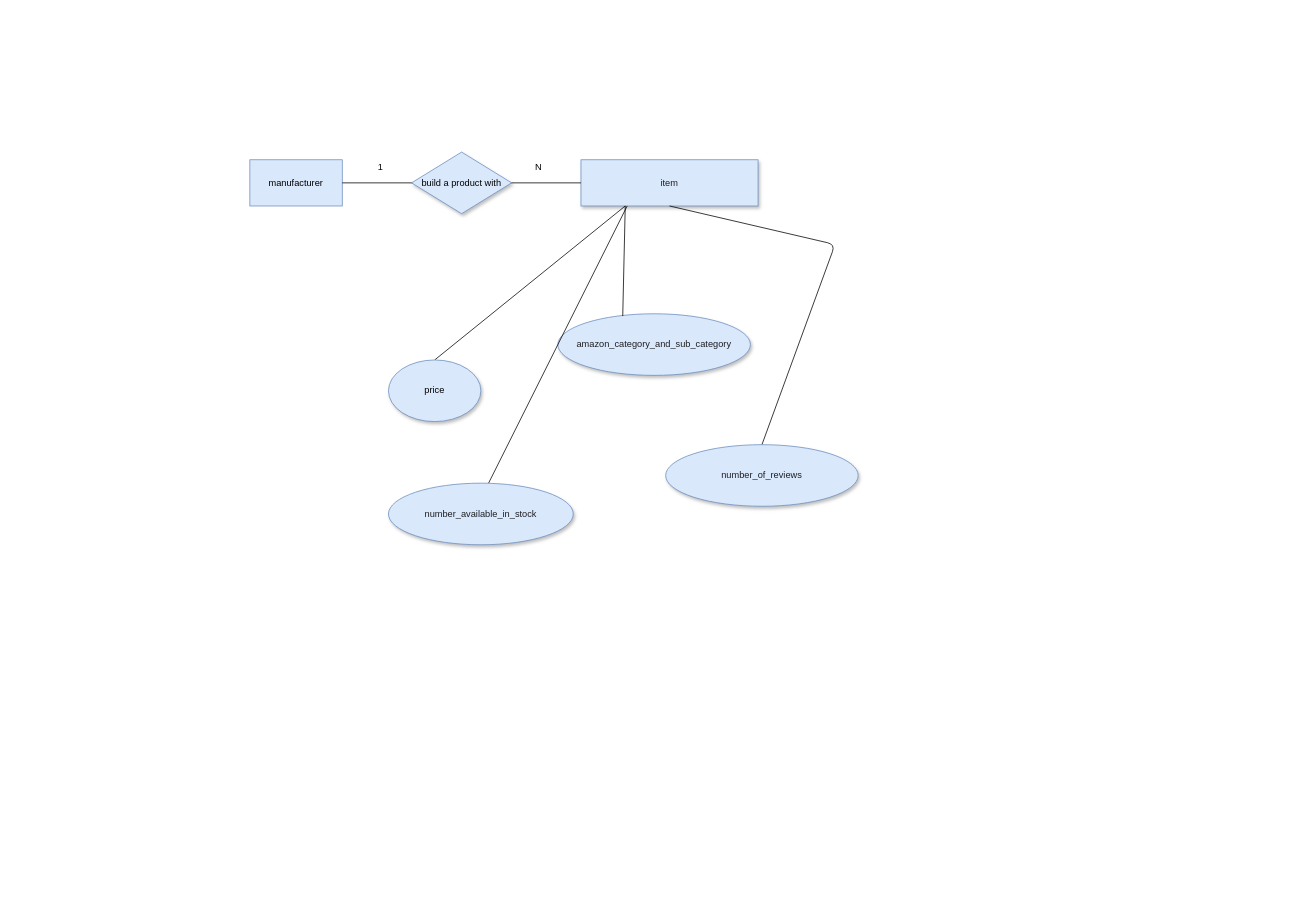
This is Untitled Diagram.drawio from aefrt/database-theory, a draw.io file, before an edit. Source tidied: cells renumbered, new cells numbered last; positions are measured from the earlier drawing's top-left corner, leaving out a move shared by most shapes. Both pictures are drawn from the tidied source at 77%, with x=0, y=0 at pixel (249, 152).
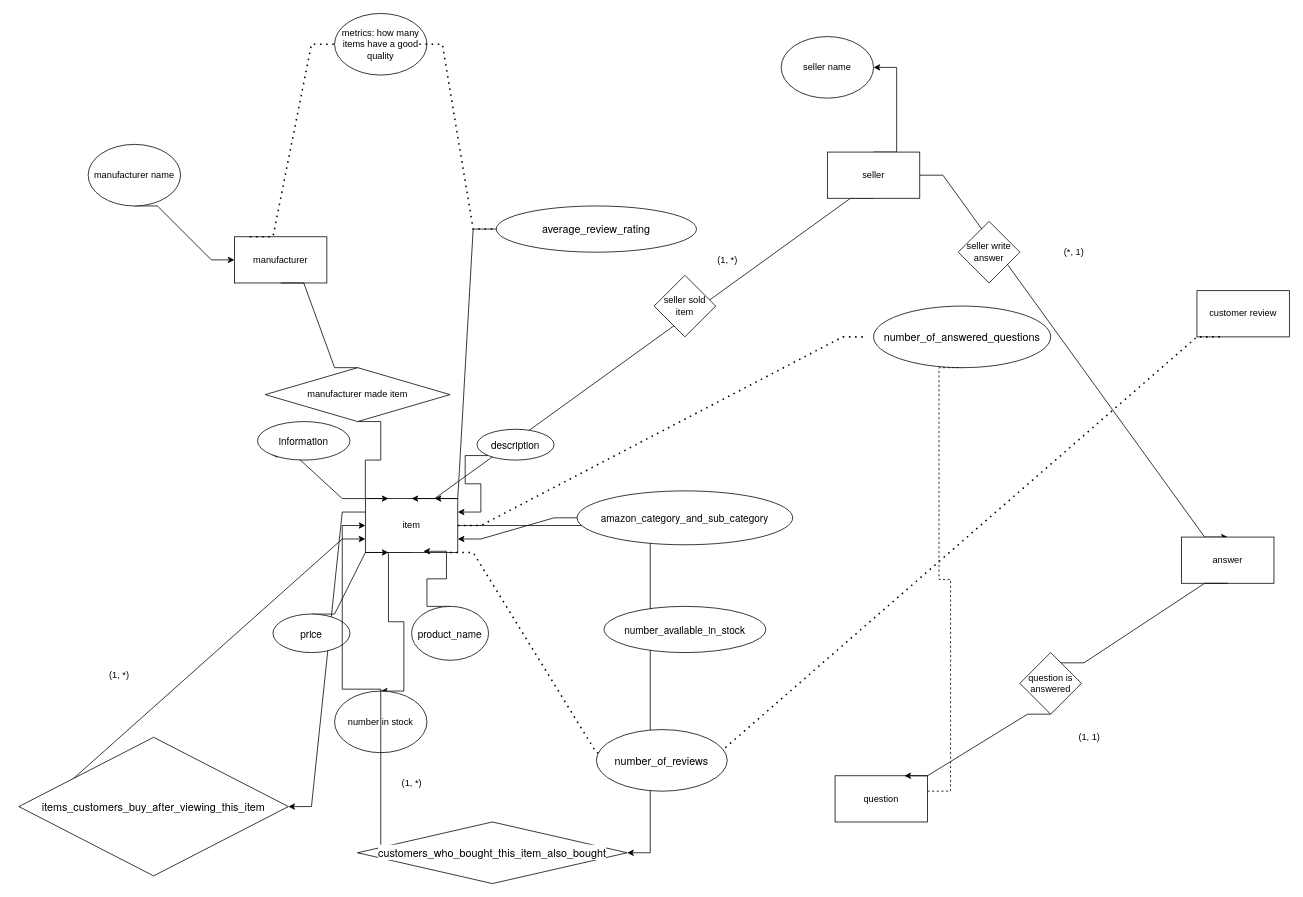
After the change.

What changed in the source:
```diff
@@
+    <mxCell id="16" style="edgeStyle=entityRelationEdgeStyle;rounded=0;jettySize=auto;html=1;exitX=0;exitY=0;exitDx=0;exitDy=0;entryX=0;entryY=1;entryDx=0;entryDy=0;" parent="1" edge="1" source="3" target="34">
+      <mxGeometry relative="1" as="geometry" />
+    </mxCell>
+    <mxCell id="17" style="edgeStyle=entityRelationEdgeStyle;rounded=0;jettySize=auto;html=1;exitX=0.5;exitY=1;exitDx=0;exitDy=0;entryX=0.5;entryY=0;entryDx=0;entryDy=0;" parent="1" edge="1" source="3" target="37">
+      <mxGeometry relative="1" as="geometry" />
+    </mxCell>
+    <mxCell id="18" style="edgeStyle=entityRelationEdgeStyle;rounded=0;jettySize=auto;html=1;" parent="1" edge="1" source="3" target="46">
+      <mxGeometry relative="1" as="geometry" />
+    </mxCell>
+    <mxCell id="19" style="edgeStyle=entityRelationEdgeStyle;rounded=0;jettySize=auto;html=1;exitX=0;exitY=0.25;exitDx=0;exitDy=0;" parent="1" edge="1" source="3" target="52">
+      <mxGeometry relative="1" as="geometry" />
+    </mxCell>
+    <mxCell id="3" value="item" style="rounded=0;whiteSpace=wrap;html=1;" parent="1" vertex="1">
+      <mxGeometry x="150" y="450" width="120" height="70" as="geometry" />
+    </mxCell>
+    <mxCell id="20" style="edgeStyle=entityRelationEdgeStyle;rounded=0;jettySize=auto;html=1;exitX=0.5;exitY=1;exitDx=0;exitDy=0;entryX=0.25;entryY=0;entryDx=0;entryDy=0;startArrow=none;" parent="1" edge="1" source="35" target="3">
+      <mxGeometry relative="1" as="geometry" />
+    </mxCell>
-    <mxCell id="2" value="manufacturer" style="rounded=0;whiteSpace=wrap;html=1;hachureGap=4;fillColor=#dae8fc;strokeColor=#6c8ebf;" parent="1" vertex="1">
-      <mxGeometry y="10" width="120" height="60" as="geometry" />
+    <mxCell id="2" value="manufacturer" style="rounded=0;whiteSpace=wrap;html=1;" parent="1" vertex="1">
+      <mxGeometry x="-20" y="110" width="120" height="60" as="geometry" />
     </mxCell>
-    <mxCell id="3" value="&lt;div style=&quot;text-align: right&quot;&gt;&lt;span style=&quot;color: rgba(0 , 0 , 0 , 0.87)&quot;&gt;item&lt;/span&gt;&lt;/div&gt;" style="rounded=0;whiteSpace=wrap;html=1;shadow=1;hachureGap=4;fillColor=#dae8fc;strokeColor=#6c8ebf;" parent="1" vertex="1">
-      <mxGeometry x="430" y="10" width="230" height="60" as="geometry" />
-    </mxCell>
-    <mxCell id="4" style="endArrow=none;html=1;startSize=14;endSize=14;sourcePerimeterSpacing=8;targetPerimeterSpacing=8;" parent="1" edge="1">
-      <mxGeometry relative="1" as="geometry">
-        <mxPoint x="120" y="40" as="sourcePoint" />
-        <mxPoint x="430" y="40" as="targetPoint" />
-      </mxGeometry>
-    </mxCell>
-    <mxCell id="5" value="build a product with" style="rhombus;whiteSpace=wrap;html=1;shadow=1;hachureGap=4;fillColor=#dae8fc;strokeColor=#6c8ebf;" parent="1" vertex="1">
-      <mxGeometry x="210" width="130" height="80" as="geometry" />
-    </mxCell>
-    <mxCell id="6" value="1" style="text;html=1;strokeColor=none;fillColor=none;align=center;verticalAlign=middle;whiteSpace=wrap;rounded=0;shadow=1;hachureGap=4;" parent="1" vertex="1">
-      <mxGeometry x="150" y="10" width="40" height="20" as="geometry" />
-    </mxCell>
-    <mxCell id="7" value="N" style="text;html=1;strokeColor=none;fillColor=none;align=center;verticalAlign=middle;whiteSpace=wrap;rounded=0;shadow=1;hachureGap=4;" parent="1" vertex="1">
-      <mxGeometry x="355" y="10" width="40" height="20" as="geometry" />
-    </mxCell>
+    <mxCell id="21" style="edgeStyle=entityRelationEdgeStyle;rounded=0;jettySize=auto;html=1;exitX=0.5;exitY=1;exitDx=0;exitDy=0;entryX=0.5;entryY=0;entryDx=0;entryDy=0;" parent="1" edge="1" source="24" target="3">
+      <mxGeometry relative="1" as="geometry" />
+    </mxCell>
+    <mxCell id="22" style="edgeStyle=entityRelationEdgeStyle;rounded=0;jettySize=auto;html=1;exitX=1;exitY=0.5;exitDx=0;exitDy=0;entryX=0.5;entryY=0;entryDx=0;entryDy=0;" parent="1" edge="1" source="24" target="28">
+      <mxGeometry relative="1" as="geometry" />
+    </mxCell>
+    <mxCell id="23" style="edgeStyle=entityRelationEdgeStyle;rounded=0;jettySize=auto;html=1;exitX=0.5;exitY=0;exitDx=0;exitDy=0;" parent="1" edge="1" source="24" target="58">
+      <mxGeometry relative="1" as="geometry" />
+    </mxCell>
+    <mxCell id="24" value="seller" style="rounded=0;whiteSpace=wrap;html=1;" parent="1" vertex="1">
+      <mxGeometry x="750" width="120" height="60" as="geometry" />
+    </mxCell>
+    <mxCell id="25" value="customer review" style="rounded=0;whiteSpace=wrap;html=1;" parent="1" vertex="1">
+      <mxGeometry x="1230" y="180" width="120" height="60" as="geometry" />
+    </mxCell>
+    <mxCell id="26" value="question" style="rounded=0;whiteSpace=wrap;html=1;" parent="1" vertex="1">
+      <mxGeometry x="760" y="810" width="120" height="60" as="geometry" />
+    </mxCell>
+    <mxCell id="27" style="edgeStyle=entityRelationEdgeStyle;rounded=0;jettySize=auto;html=1;exitX=0.5;exitY=1;exitDx=0;exitDy=0;entryX=0.75;entryY=0;entryDx=0;entryDy=0;startArrow=none;" parent="1" edge="1" source="48" target="26">
+      <mxGeometry relative="1" as="geometry" />
+    </mxCell>
+    <mxCell id="28" value="answer" style="rounded=0;whiteSpace=wrap;html=1;" parent="1" vertex="1">
+      <mxGeometry x="1210" y="500" width="120" height="60" as="geometry" />
+    </mxCell>
+    <mxCell id="29" style="edgeStyle=entityRelationEdgeStyle;rounded=0;jettySize=auto;html=1;exitX=0.5;exitY=0;exitDx=0;exitDy=0;entryX=0.628;entryY=0.978;entryDx=0;entryDy=0;entryPerimeter=0;" parent="1" edge="1" source="30" target="3">
+      <mxGeometry relative="1" as="geometry" />
+    </mxCell>
+    <mxCell id="30" value="&lt;p style=&quot;margin: 0px ; font-stretch: normal ; font-size: 13px ; line-height: normal ; font-family: &amp;#34;helvetica neue&amp;#34;&quot;&gt;product_name&lt;/p&gt;" style="ellipse;whiteSpace=wrap;html=1;" parent="1" vertex="1">
+      <mxGeometry x="210" y="590" width="100" height="70" as="geometry" />
+    </mxCell>
+    <mxCell id="31" style="edgeStyle=entityRelationEdgeStyle;rounded=0;jettySize=auto;html=1;exitX=0.5;exitY=0;exitDx=0;exitDy=0;entryX=0.25;entryY=1;entryDx=0;entryDy=0;" parent="1" edge="1" source="11" target="3">
+      <mxGeometry relative="1" as="geometry" />
+    </mxCell>
+    <mxCell id="11" value="&lt;p style=&quot;margin: 0.0px 0.0px 0.0px 0.0px ; font: 13.0px &amp;quot;helvetica neue&amp;quot;&quot;&gt;price&lt;/p&gt;" style="ellipse;whiteSpace=wrap;html=1;" parent="1" vertex="1">
+      <mxGeometry x="30" y="600" width="100" height="50" as="geometry" />
+    </mxCell>
+    <mxCell id="13" value="&lt;p style=&quot;margin: 0.0px 0.0px 0.0px 0.0px ; font: 13.0px &amp;quot;helvetica neue&amp;quot;&quot;&gt;number_available_in_stock&lt;/p&gt;" style="ellipse;whiteSpace=wrap;html=1;" parent="1" vertex="1">
+      <mxGeometry x="460" y="590" width="210" height="60" as="geometry" />
+    </mxCell>
+    <mxCell id="9" style="edgeStyle=entityRelationEdgeStyle;rounded=0;jettySize=auto;html=1;exitX=0;exitY=0.5;exitDx=0;exitDy=0;entryX=1;entryY=0.75;entryDx=0;entryDy=0;" parent="1" edge="1" source="8" target="3">
+      <mxGeometry relative="1" as="geometry" />
+    </mxCell>
-    <mxCell id="8" value="&lt;span style=&quot;color: rgba(0 , 0 , 0 , 0.87) ; text-align: right&quot;&gt;amazon_category_and_sub_category&lt;/span&gt;" style="ellipse;whiteSpace=wrap;html=1;shadow=1;hachureGap=4;fillColor=#dae8fc;strokeColor=#6c8ebf;" parent="1" vertex="1">
-      <mxGeometry x="400" y="210" width="250" height="80" as="geometry" />
+    <mxCell id="8" value="&lt;p style=&quot;margin: 0.0px 0.0px 0.0px 0.0px ; font: 13.0px &amp;quot;helvetica neue&amp;quot;&quot;&gt;amazon_category_and_sub_category&lt;/p&gt;" style="ellipse;whiteSpace=wrap;html=1;" parent="1" vertex="1">
+      <mxGeometry x="425" y="440" width="280" height="70" as="geometry" />
     </mxCell>
-    <mxCell id="9" style="endArrow=none;html=1;startSize=14;endSize=14;sourcePerimeterSpacing=8;targetPerimeterSpacing=8;entryX=0.25;entryY=1;entryDx=0;entryDy=0;exitX=0.337;exitY=0.037;exitDx=0;exitDy=0;exitPerimeter=0;" parent="1" edge="1" source="8" target="3">
-      <mxGeometry relative="1" as="geometry" />
-    </mxCell>
-    <mxCell id="10" style="endArrow=none;html=1;startSize=14;endSize=14;sourcePerimeterSpacing=8;targetPerimeterSpacing=8;entryX=0.25;entryY=1;entryDx=0;entryDy=0;" parent="1" edge="1" target="3">
-      <mxGeometry relative="1" as="geometry">
-        <mxPoint x="240" y="270" as="sourcePoint" />
-      </mxGeometry>
-    </mxCell>
-    <mxCell id="11" value="price" style="ellipse;whiteSpace=wrap;html=1;shadow=1;hachureGap=4;fillColor=#dae8fc;strokeColor=#6c8ebf;" parent="1" vertex="1">
-      <mxGeometry x="180" y="270" width="120" height="80" as="geometry" />
-    </mxCell>
-    <mxCell id="12" style="endArrow=none;html=1;startSize=14;endSize=14;sourcePerimeterSpacing=8;targetPerimeterSpacing=8;" parent="1" edge="1">
-      <mxGeometry relative="1" as="geometry">
-        <mxPoint x="310" y="430" as="sourcePoint" />
-        <mxPoint x="490" y="70" as="targetPoint" />
-      </mxGeometry>
-    </mxCell>
-    <mxCell id="13" value="&lt;span style=&quot;font-style: normal ; letter-spacing: normal ; text-indent: 0px ; text-transform: none ; word-spacing: 0px ; text-decoration: none ; color: rgba(0 , 0 , 0 , 0.87) ; font-size: 12px ; text-align: right ; float: none ; display: inline&quot;&gt;number_available_in_stock&lt;/span&gt;" style="ellipse;whiteSpace=wrap;html=1;shadow=1;hachureGap=4;fillColor=#dae8fc;strokeColor=#6c8ebf;" parent="1" vertex="1">
-      <mxGeometry x="180" y="430" width="240" height="80" as="geometry" />
-    </mxCell>
-    <mxCell id="14" style="endArrow=none;html=1;startSize=14;endSize=14;sourcePerimeterSpacing=8;targetPerimeterSpacing=8;entryX=0.5;entryY=1;entryDx=0;entryDy=0;exitX=0.5;exitY=0;exitDx=0;exitDy=0;" parent="1" edge="1" source="15" target="3">
-      <mxGeometry relative="1" as="geometry">
-        <Array as="points">
-          <mxPoint x="760" y="120" />
-        </Array>
-      </mxGeometry>
-    </mxCell>
+    <mxCell id="32" style="edgeStyle=entityRelationEdgeStyle;rounded=0;jettySize=auto;html=1;exitX=0;exitY=1;exitDx=0;exitDy=0;entryX=1;entryY=0.25;entryDx=0;entryDy=0;" parent="1" edge="1" source="33" target="3">
+      <mxGeometry relative="1" as="geometry" />
+    </mxCell>
+    <mxCell id="33" value="&lt;p style=&quot;margin: 0.0px 0.0px 0.0px 0.0px ; font: 13.0px &amp;#34;helvetica neue&amp;#34;&quot;&gt;description&lt;/p&gt;" style="ellipse;whiteSpace=wrap;html=1;" parent="1" vertex="1">
+      <mxGeometry x="295" y="360" width="100" height="40" as="geometry" />
+    </mxCell>
+    <mxCell id="34" value="&lt;p style=&quot;margin: 0.0px 0.0px 0.0px 0.0px ; font: 13.0px &amp;quot;helvetica neue&amp;quot;&quot;&gt;information&lt;/p&gt;" style="ellipse;whiteSpace=wrap;html=1;" parent="1" vertex="1">
+      <mxGeometry x="10" y="350" width="120" height="50" as="geometry" />
+    </mxCell>
+    <mxCell id="35" value="manufacturer made item" style="rhombus;whiteSpace=wrap;html=1;" parent="1" vertex="1">
+      <mxGeometry x="20" y="280" width="240" height="70" as="geometry" />
+    </mxCell>
+    <mxCell id="36" style="edgeStyle=entityRelationEdgeStyle;rounded=0;jettySize=auto;html=1;exitX=0.5;exitY=1;exitDx=0;exitDy=0;endArrow=none;" parent="1" edge="1" source="2">
+      <mxGeometry relative="1" as="geometry">
+        <mxPoint x="140" y="280" as="targetPoint" />
+      </mxGeometry>
+    </mxCell>
+    <mxCell id="37" value="number in stock" style="ellipse;whiteSpace=wrap;html=1;" parent="1" vertex="1">
+      <mxGeometry x="110" y="700" width="120" height="80" as="geometry" />
+    </mxCell>
+    <mxCell id="38" style="endArrow=none;dashed=1;html=1;dashPattern=1 3;strokeWidth=2;rounded=0;edgeStyle=entityRelationEdgeStyle;" parent="1" edge="1">
+      <mxGeometry relative="1" as="geometry">
+        <mxPoint x="580" y="780" as="sourcePoint" />
+        <mxPoint x="1260" y="240" as="targetPoint" />
+      </mxGeometry>
+    </mxCell>
+    <mxCell id="39" style="endArrow=none;dashed=1;html=1;dashPattern=1 3;strokeWidth=2;rounded=0;edgeStyle=entityRelationEdgeStyle;" parent="1" edge="1">
+      <mxGeometry relative="1" as="geometry">
+        <mxPoint x="260" y="520" as="sourcePoint" />
+        <mxPoint x="480" y="780" as="targetPoint" />
+      </mxGeometry>
+    </mxCell>
-    <mxCell id="15" value="&lt;span style=&quot;font-style: normal ; letter-spacing: normal ; text-indent: 0px ; text-transform: none ; word-spacing: 0px ; text-decoration: none ; color: rgba(0 , 0 , 0 , 0.87) ; font-size: 12px ; text-align: right ; float: none ; display: inline&quot;&gt;number_of_reviews&lt;/span&gt;" style="ellipse;whiteSpace=wrap;html=1;shadow=1;hachureGap=4;fillColor=#dae8fc;strokeColor=#6c8ebf;" parent="1" vertex="1">
-      <mxGeometry x="540" y="380" width="250" height="80" as="geometry" />
+    <mxCell id="15" value="&lt;span style=&quot;font-style: normal ; letter-spacing: normal ; text-indent: 0px ; text-transform: none ; word-spacing: 0px ; text-decoration: none ; color: rgb(0 , 0 , 0) ; font-family: &amp;#34;helvetica neue&amp;#34; , &amp;#34;helvetica&amp;#34; , &amp;#34;arial&amp;#34; , sans-serif ; font-size: 14px ; text-align: left ; background-color: rgb(255 , 255 , 255) ; float: none ; display: inline&quot;&gt;number_of_reviews&lt;/span&gt;" style="ellipse;whiteSpace=wrap;html=1;" parent="1" vertex="1">
+      <mxGeometry x="450" y="750" width="170" height="80" as="geometry" />
     </mxCell>
+    <mxCell id="40" style="endArrow=none;dashed=1;html=1;dashPattern=1 3;strokeWidth=2;rounded=0;edgeStyle=entityRelationEdgeStyle;exitX=1;exitY=0.5;exitDx=0;exitDy=0;" parent="1" edge="1" source="3">
+      <mxGeometry relative="1" as="geometry">
+        <mxPoint x="800" y="240" as="targetPoint" />
+      </mxGeometry>
+    </mxCell>
+    <mxCell id="41" value="&lt;span style=&quot;font-style: normal ; letter-spacing: normal ; text-indent: 0px ; text-transform: none ; word-spacing: 0px ; text-decoration: none ; color: rgb(0 , 0 , 0) ; font-family: &amp;#34;helvetica neue&amp;#34; , &amp;#34;helvetica&amp;#34; , &amp;#34;arial&amp;#34; , sans-serif ; font-size: 14px ; text-align: left ; background-color: rgb(255 , 255 , 255) ; float: none ; display: inline&quot;&gt;number_of_answered_questions&lt;/span&gt;" style="ellipse;whiteSpace=wrap;html=1;" parent="1" vertex="1">
+      <mxGeometry x="810" y="200" width="230" height="80" as="geometry" />
+    </mxCell>
+    <mxCell id="42" style="endArrow=none;dashed=1;html=1;rounded=0;edgeStyle=entityRelationEdgeStyle;entryX=0.5;entryY=1;entryDx=0;entryDy=0;" parent="1" edge="1" target="41">
+      <mxGeometry relative="1" as="geometry">
+        <mxPoint x="880" y="830" as="sourcePoint" />
+      </mxGeometry>
+    </mxCell>
+    <mxCell id="43" style="edgeStyle=entityRelationEdgeStyle;rounded=0;jettySize=auto;html=1;entryX=0.75;entryY=0;entryDx=0;entryDy=0;" parent="1" edge="1" source="44" target="3">
+      <mxGeometry relative="1" as="geometry" />
+    </mxCell>
+    <mxCell id="44" value="&lt;span style=&quot;font-style: normal ; letter-spacing: normal ; text-indent: 0px ; text-transform: none ; word-spacing: 0px ; text-decoration: none ; color: rgb(0 , 0 , 0) ; font-family: &amp;#34;helvetica neue&amp;#34; , &amp;#34;helvetica&amp;#34; , &amp;#34;arial&amp;#34; , sans-serif ; font-size: 14px ; text-align: left ; background-color: rgb(255 , 255 , 255) ; float: none ; display: inline&quot;&gt;average_review_rating&lt;/span&gt;" style="ellipse;whiteSpace=wrap;html=1;" parent="1" vertex="1">
+      <mxGeometry x="320" y="70" width="260" height="60" as="geometry" />
+    </mxCell>
+    <mxCell id="45" style="edgeStyle=entityRelationEdgeStyle;rounded=0;jettySize=auto;html=1;exitX=0;exitY=0.5;exitDx=0;exitDy=0;entryX=0;entryY=0.5;entryDx=0;entryDy=0;" parent="1" edge="1" source="46" target="3">
+      <mxGeometry relative="1" as="geometry" />
+    </mxCell>
+    <mxCell id="46" value="&lt;span style=&quot;font-style: normal ; letter-spacing: normal ; text-indent: 0px ; text-transform: none ; word-spacing: 0px ; text-decoration: none ; color: rgb(0 , 0 , 0) ; font-family: &amp;#34;helvetica neue&amp;#34; , &amp;#34;helvetica&amp;#34; , &amp;#34;arial&amp;#34; , sans-serif ; font-size: 14px ; text-align: left ; background-color: rgb(255 , 255 , 255) ; float: none ; display: inline&quot;&gt;customers_who_bought_this_item_also_bought&lt;/span&gt;" style="rhombus;whiteSpace=wrap;html=1;" parent="1" vertex="1">
+      <mxGeometry x="140" y="870" width="350" height="80" as="geometry" />
+    </mxCell>
+    <mxCell id="47" value="seller sold item" style="rhombus;whiteSpace=wrap;html=1;" parent="1" vertex="1">
+      <mxGeometry x="525" y="160" width="80" height="80" as="geometry" />
+    </mxCell>
+    <mxCell id="48" value="question is answered" style="rhombus;whiteSpace=wrap;html=1;" parent="1" vertex="1">
+      <mxGeometry x="1000" y="650" width="80" height="80" as="geometry" />
+    </mxCell>
+    <mxCell id="49" style="edgeStyle=entityRelationEdgeStyle;rounded=0;jettySize=auto;html=1;exitX=0.5;exitY=1;exitDx=0;exitDy=0;entryX=0.75;entryY=0;entryDx=0;entryDy=0;endArrow=none;" parent="1" edge="1" source="28" target="48">
+      <mxGeometry relative="1" as="geometry" />
+    </mxCell>
+    <mxCell id="50" value="seller write answer" style="rhombus;whiteSpace=wrap;html=1;" parent="1" vertex="1">
+      <mxGeometry x="920" y="90" width="80" height="80" as="geometry" />
+    </mxCell>
+    <mxCell id="51" style="edgeStyle=entityRelationEdgeStyle;rounded=0;jettySize=auto;html=1;exitX=0;exitY=0.5;exitDx=0;exitDy=0;entryX=0;entryY=0.75;entryDx=0;entryDy=0;" parent="1" edge="1" source="52" target="3">
+      <mxGeometry relative="1" as="geometry" />
+    </mxCell>
+    <mxCell id="52" value="&lt;span style=&quot;font-style: normal ; letter-spacing: normal ; text-indent: 0px ; text-transform: none ; word-spacing: 0px ; text-decoration: none ; color: rgb(0 , 0 , 0) ; font-family: &amp;#34;helvetica neue&amp;#34; , &amp;#34;helvetica&amp;#34; , &amp;#34;arial&amp;#34; , sans-serif ; font-size: 14px ; text-align: left ; background-color: rgb(255 , 255 , 255) ; float: none ; display: inline&quot;&gt;items_customers_buy_after_viewing_this_item&lt;/span&gt;" style="rhombus;whiteSpace=wrap;html=1;" parent="1" vertex="1">
+      <mxGeometry x="-300" y="760" width="350" height="180" as="geometry" />
+    </mxCell>
+    <mxCell id="53" style="endArrow=none;dashed=1;html=1;dashPattern=1 3;strokeWidth=2;rounded=0;edgeStyle=entityRelationEdgeStyle;" parent="1" edge="1" target="54">
+      <mxGeometry relative="1" as="geometry">
+        <mxPoint y="110" as="sourcePoint" />
+      </mxGeometry>
+    </mxCell>
+    <mxCell id="54" value="metrics: how many items have a good quality" style="ellipse;whiteSpace=wrap;html=1;" parent="1" vertex="1">
+      <mxGeometry x="110" y="-180" width="120" height="80" as="geometry" />
+    </mxCell>
+    <mxCell id="55" style="endArrow=none;dashed=1;html=1;dashPattern=1 3;strokeWidth=2;rounded=0;edgeStyle=entityRelationEdgeStyle;" parent="1" edge="1" target="44">
+      <mxGeometry relative="1" as="geometry">
+        <mxPoint x="220" y="-140" as="sourcePoint" />
+      </mxGeometry>
+    </mxCell>
+    <mxCell id="56" style="edgeStyle=entityRelationEdgeStyle;rounded=0;jettySize=auto;html=1;exitX=0.5;exitY=1;exitDx=0;exitDy=0;entryX=0;entryY=0.5;entryDx=0;entryDy=0;" parent="1" edge="1" source="57" target="2">
+      <mxGeometry relative="1" as="geometry" />
+    </mxCell>
+    <mxCell id="57" value="manufacturer name" style="ellipse;whiteSpace=wrap;html=1;" parent="1" vertex="1">
+      <mxGeometry x="-210" y="-10" width="120" height="80" as="geometry" />
+    </mxCell>
+    <mxCell id="58" value="seller name" style="ellipse;whiteSpace=wrap;html=1;" parent="1" vertex="1">
+      <mxGeometry x="690" y="-150" width="120" height="80" as="geometry" />
+    </mxCell>
+    <mxCell id="59" value="(1, *)" style="text;html=1;align=center;verticalAlign=middle;fillColor=none;strokeColor=none;rounded=0;" parent="1" vertex="1">
+      <mxGeometry x="-190" y="670" width="40" height="20" as="geometry" />
+    </mxCell>
+    <mxCell id="60" value="(1, *)" style="text;html=1;align=center;verticalAlign=middle;fillColor=none;strokeColor=none;rounded=0;" parent="1" vertex="1">
+      <mxGeometry x="190" y="810" width="40" height="20" as="geometry" />
+    </mxCell>
+    <mxCell id="61" value="(1, 1)" style="text;html=1;align=center;verticalAlign=middle;fillColor=none;strokeColor=none;rounded=0;" parent="1" vertex="1">
+      <mxGeometry x="1070" y="750" width="40" height="20" as="geometry" />
+    </mxCell>
+    <mxCell id="62" value="(*, 1)" style="text;html=1;align=center;verticalAlign=middle;fillColor=none;strokeColor=none;rounded=0;" parent="1" vertex="1">
+      <mxGeometry x="1050" y="120" width="40" height="20" as="geometry" />
+    </mxCell>
+    <mxCell id="63" value="(1, *)" style="text;html=1;align=center;verticalAlign=middle;fillColor=none;strokeColor=none;rounded=0;" parent="1" vertex="1">
+      <mxGeometry x="600" y="130" width="40" height="20" as="geometry" />
+    </mxCell>
```
